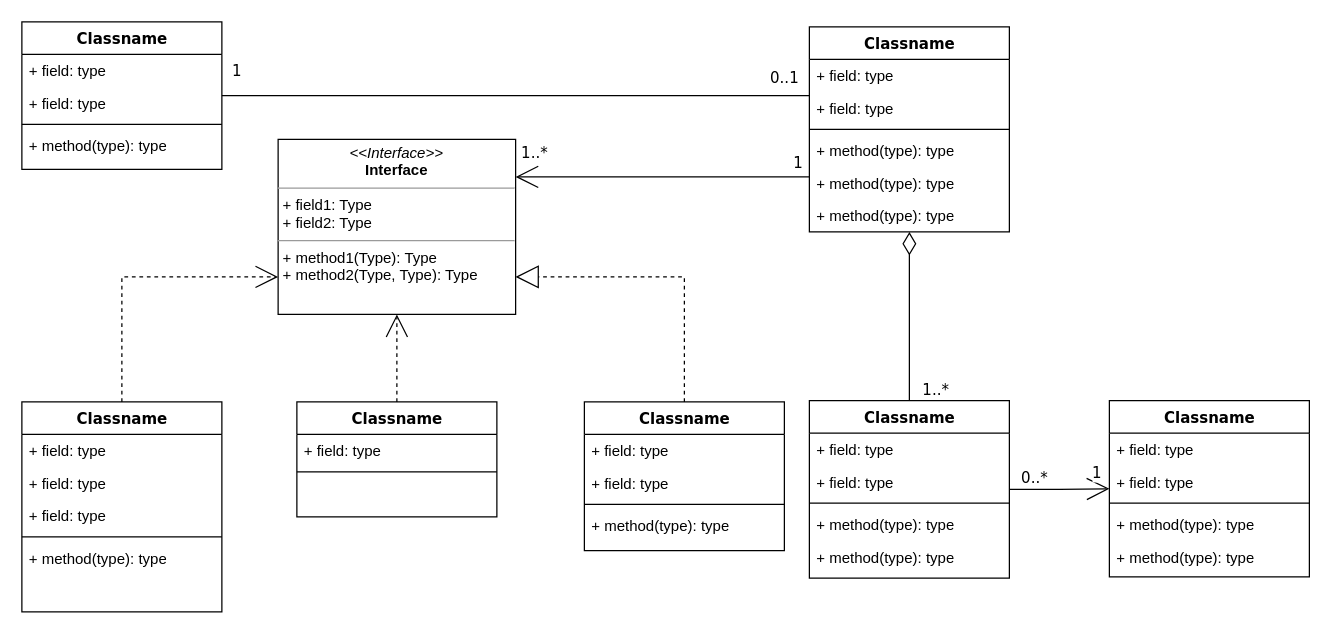
FYamaev/draw.io keeps this draw.io diagram as Untitled Diagram.drawio. Above is the earlier version. Source tidied: cells renumbered, new cells numbered last; positions are measured from the earlier drawing's top-left corner, leaving out a move shared by most shapes. Both pictures are drawn from the tidied source at 125%, with x=0, y=0 at pixel (21, 21).
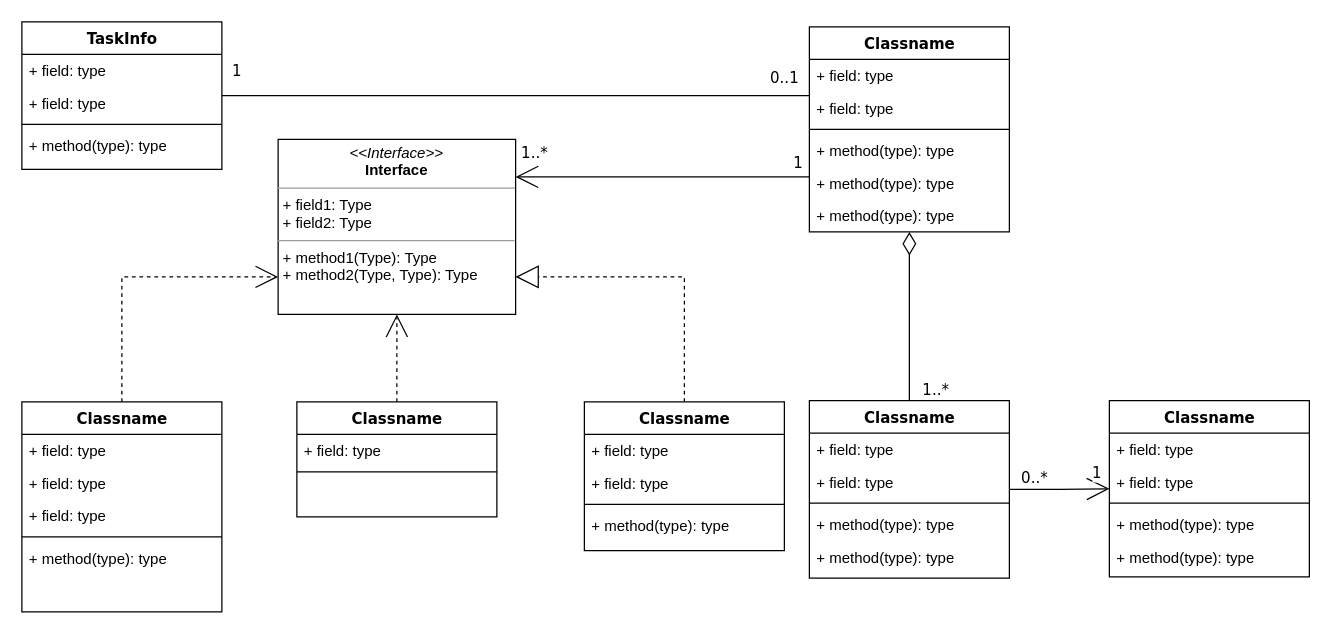
The same page after the edit.

The edit, as a diff of the source:
```diff
@@
-    <mxCell id="9" value="Classname" style="swimlane;html=1;fontStyle=1;align=center;verticalAlign=top;horizontal=1;startSize=26;swimlaneFillColor=#ffffff;rounded=0;shadow=0;comic=0;labelBackgroundColor=none;strokeWidth=1;fillColor=none;fontFamily=Verdana;fontSize=12;" parent="1" vertex="1">
+    <mxCell id="9" value="TaskInfo" style="swimlane;html=1;fontStyle=1;align=center;verticalAlign=top;horizontal=1;startSize=26;swimlaneFillColor=#ffffff;rounded=0;shadow=0;comic=0;labelBackgroundColor=none;strokeWidth=1;fillColor=none;fontFamily=Verdana;fontSize=12;" parent="1" vertex="1">
       <mxGeometry width="160" height="118" as="geometry" />
     </mxCell>
```
